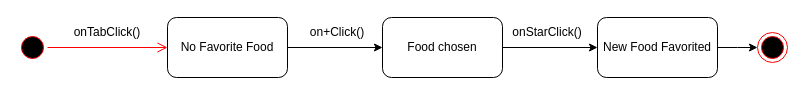
Earlier version of the draw.io diagram SetFavoriteFood StateChart.drawio (Esaied19/Team-Albatross). Source tidied: cells renumbered, new cells numbered last; positions are measured from the earlier drawing's top-left corner, leaving out a move shared by most shapes. Both pictures are drawn from the tidied source at 100%, with x=0, y=0 at pixel (17, 17).
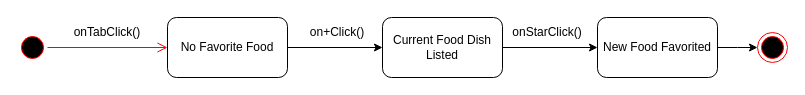
Above is the later version.

The edit, as a diff of the source:
```diff
@@
 <mxGraphModel>
   <root>
     <mxCell id="0" />
     <mxCell id="1" parent="0" />
     <mxCell id="2" style="ellipse;html=1;shape=startState;fillColor=#000000;strokeColor=#ff0000;" parent="1" vertex="1">
       <mxGeometry y="15" width="30" height="30" as="geometry" />
     </mxCell>
     <mxCell id="3" style="edgeStyle=orthogonalEdgeStyle;html=1;verticalAlign=bottom;endArrow=open;endSize=8;strokeColor=#ff0000;rounded=0;entryX=0;entryY=0.5;entryDx=0;entryDy=0;" parent="1" edge="1" source="2" target="5">
       <mxGeometry relative="1" as="geometry" />
     </mxCell>
     <mxCell id="4" style="edgeStyle=orthogonalEdgeStyle;rounded=0;jettySize=auto;html=1;entryX=0;entryY=0.5;entryDx=0;entryDy=0;" parent="1" edge="1" source="5" target="9">
       <mxGeometry relative="1" as="geometry" />
     </mxCell>
     <mxCell id="5" value="No Favorite Food" style="rounded=1;whiteSpace=wrap;html=1;" parent="1" vertex="1">
       <mxGeometry x="150" width="120" height="60" as="geometry" />
     </mxCell>
     <mxCell id="6" value="onTabClick()" style="text;html=1;strokeColor=none;fillColor=none;align=center;verticalAlign=middle;whiteSpace=wrap;rounded=0;" parent="1" vertex="1">
       <mxGeometry x="60" width="60" height="30" as="geometry" />
     </mxCell>
     <mxCell id="7" value="on+Click()" style="text;html=1;strokeColor=none;fillColor=none;align=center;verticalAlign=middle;whiteSpace=wrap;rounded=0;" parent="1" vertex="1">
       <mxGeometry x="290" width="60" height="30" as="geometry" />
     </mxCell>
     <mxCell id="8" style="edgeStyle=orthogonalEdgeStyle;rounded=0;jettySize=auto;html=1;" parent="1" edge="1" source="9">
       <mxGeometry relative="1" as="geometry">
         <mxPoint x="580" y="30" as="targetPoint" />
       </mxGeometry>
     </mxCell>
-    <mxCell id="9" value="Food chosen" style="rounded=1;whiteSpace=wrap;html=1;" parent="1" vertex="1">
+    <mxCell id="9" value="Current Food Dish Listed" style="rounded=1;whiteSpace=wrap;html=1;" parent="1" vertex="1">
       <mxGeometry x="365" width="120" height="60" as="geometry" />
     </mxCell>
     <mxCell id="10" value="onStarClick()" style="text;html=1;strokeColor=none;fillColor=none;align=center;verticalAlign=middle;whiteSpace=wrap;rounded=0;" parent="1" vertex="1">
       <mxGeometry x="500" width="60" height="30" as="geometry" />
     </mxCell>
     <mxCell id="11" style="edgeStyle=orthogonalEdgeStyle;rounded=0;jettySize=auto;html=1;" parent="1" edge="1" source="12">
       <mxGeometry relative="1" as="geometry">
         <mxPoint x="740" y="30" as="targetPoint" />
       </mxGeometry>
     </mxCell>
     <mxCell id="12" value="New Food Favorited" style="rounded=1;whiteSpace=wrap;html=1;" parent="1" vertex="1">
       <mxGeometry x="580" width="120" height="60" as="geometry" />
     </mxCell>
     <mxCell id="13" style="ellipse;html=1;shape=endState;fillColor=#000000;strokeColor=#ff0000;" parent="1" vertex="1">
       <mxGeometry x="740" y="15" width="30" height="30" as="geometry" />
     </mxCell>
   </root>
 </mxGraphModel>
```
